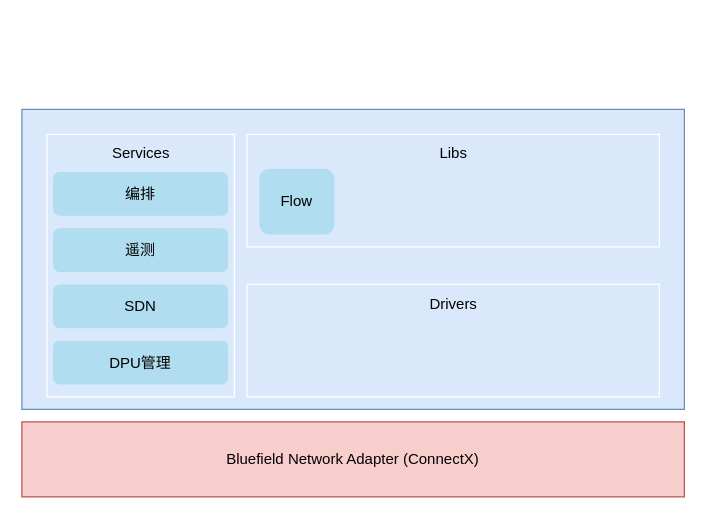
Above: doca-framework.drawio in poetlife/diagrams (draw.io), before the change. Source tidied: cells renumbered, new cells numbered last; positions are measured from the earlier drawing's top-left corner, leaving out a move shared by most shapes. Both pictures are drawn from the tidied source at 125%, with x=0, y=0 at pixel (21, 109).
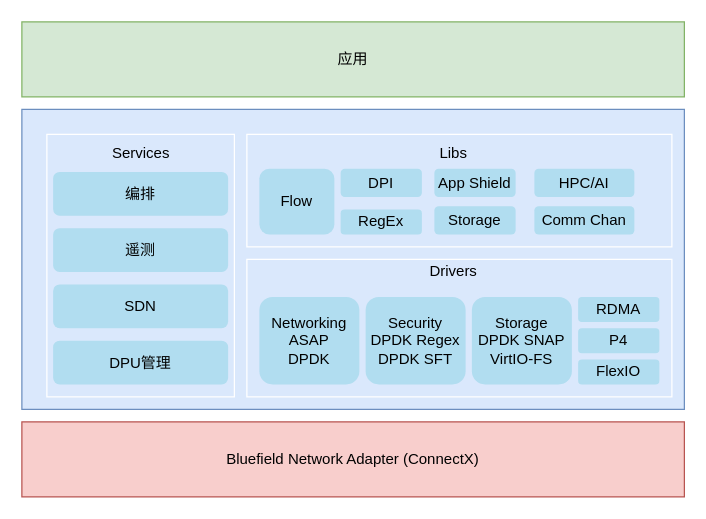
The same page after the edit.

Diff of the diagram source:
```diff
@@
     <mxCell id="5" style="rounded=0;whiteSpace=wrap;html=1;fillColor=none;strokeColor=#ffffff;" parent="1" vertex="1">
-      <mxGeometry x="180" y="140" width="330" height="90" as="geometry" />
+      <mxGeometry x="180" y="120" width="340" height="110" as="geometry" />
     </mxCell>
     <mxCell id="6" style="rounded=0;whiteSpace=wrap;html=1;fillColor=none;strokeColor=#ffffff;" parent="1" vertex="1">
-      <mxGeometry x="180" y="20" width="330" height="90" as="geometry" />
+      <mxGeometry x="180" y="20" width="340" height="90" as="geometry" />
     </mxCell>
@@
     <mxCell id="8" value="Drivers" style="text;html=1;align=center;verticalAlign=middle;strokeColor=none;fillColor=none;" parent="1" vertex="1">
-      <mxGeometry x="315" y="141" width="60" height="30" as="geometry" />
+      <mxGeometry x="315" y="115" width="60" height="30" as="geometry" />
     </mxCell>
@@
+    <mxCell id="15" value="DPI" style="rounded=1;whiteSpace=wrap;html=1;fillColor=#b1ddf0;strokeColor=none;" parent="1" vertex="1">
+      <mxGeometry x="255" y="47.5" width="65" height="22.5" as="geometry" />
+    </mxCell>
+    <mxCell id="16" value="RegEx" style="rounded=1;whiteSpace=wrap;html=1;fillColor=#b1ddf0;strokeColor=none;" parent="1" vertex="1">
+      <mxGeometry x="255" y="80" width="65" height="20" as="geometry" />
+    </mxCell>
+    <mxCell id="17" value="App Shield" style="rounded=1;whiteSpace=wrap;html=1;fillColor=#b1ddf0;strokeColor=none;" parent="1" vertex="1">
+      <mxGeometry x="330" y="47.5" width="65" height="22.5" as="geometry" />
+    </mxCell>
+    <mxCell id="18" value="Storage" style="rounded=1;whiteSpace=wrap;html=1;fillColor=#b1ddf0;strokeColor=none;" parent="1" vertex="1">
+      <mxGeometry x="330" y="77.5" width="65" height="22.5" as="geometry" />
+    </mxCell>
+    <mxCell id="19" value="HPC/AI" style="rounded=1;whiteSpace=wrap;html=1;fillColor=#b1ddf0;strokeColor=none;" parent="1" vertex="1">
+      <mxGeometry x="410" y="47.5" width="80" height="22.5" as="geometry" />
+    </mxCell>
+    <mxCell id="20" value="Comm Chan" style="rounded=1;whiteSpace=wrap;html=1;fillColor=#b1ddf0;strokeColor=none;" parent="1" vertex="1">
+      <mxGeometry x="410" y="77.5" width="80" height="22.5" as="geometry" />
+    </mxCell>
+    <mxCell id="21" value="Networking&lt;br&gt;ASAP&lt;br&gt;DPDK" style="rounded=1;whiteSpace=wrap;html=1;fillColor=#b1ddf0;strokeColor=none;" parent="1" vertex="1">
+      <mxGeometry x="190" y="150" width="80" height="70" as="geometry" />
+    </mxCell>
+    <mxCell id="22" value="Security&lt;br&gt;DPDK Regex&lt;br&gt;DPDK SFT" style="rounded=1;whiteSpace=wrap;html=1;fillColor=#b1ddf0;strokeColor=none;" parent="1" vertex="1">
+      <mxGeometry x="275" y="150" width="80" height="70" as="geometry" />
+    </mxCell>
+    <mxCell id="23" value="Storage&lt;br&gt;DPDK SNAP&lt;br&gt;VirtIO-FS" style="rounded=1;whiteSpace=wrap;html=1;fillColor=#b1ddf0;strokeColor=none;" parent="1" vertex="1">
+      <mxGeometry x="360" y="150" width="80" height="70" as="geometry" />
+    </mxCell>
+    <mxCell id="24" value="RDMA" style="rounded=1;whiteSpace=wrap;html=1;fillColor=#b1ddf0;strokeColor=none;" parent="1" vertex="1">
+      <mxGeometry x="445" y="150" width="65" height="20" as="geometry" />
+    </mxCell>
+    <mxCell id="25" value="P4" style="rounded=1;whiteSpace=wrap;html=1;fillColor=#b1ddf0;strokeColor=none;" parent="1" vertex="1">
+      <mxGeometry x="445" y="175" width="65" height="20" as="geometry" />
+    </mxCell>
+    <mxCell id="26" value="FlexIO" style="rounded=1;whiteSpace=wrap;html=1;fillColor=#b1ddf0;strokeColor=none;" parent="1" vertex="1">
+      <mxGeometry x="445" y="200" width="65" height="20" as="geometry" />
+    </mxCell>
+    <mxCell id="27" value="应用" style="rounded=0;whiteSpace=wrap;html=1;fillColor=#d5e8d4;strokeColor=#82b366;" parent="1" vertex="1">
+      <mxGeometry y="-70" width="530" height="60" as="geometry" />
+    </mxCell>
```
